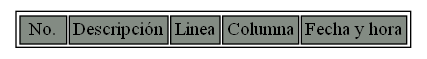
Above: TablaErrores.png in LuisaMariaO/OLC2P1-Luisa-Ortiz-Marjorie-Reyes (Graphviz), before the change. Its source is kept beside it as TablaErrores.dot. The source it was exported from:
```dot
digraph {
            node[shape=none]
            n1[label=<
            <table border="1">]
            <tr>
            <td bgcolor="honeydew4"> No. </td>
            <td bgcolor="honeydew4">Descripción</td>
            <td bgcolor="honeydew4">Linea</td>
            <td bgcolor="honeydew4">Columna</td>
            <td bgcolor="honeydew4">Fecha y hora</td>
            </tr>
</table>
    >]
    }
```
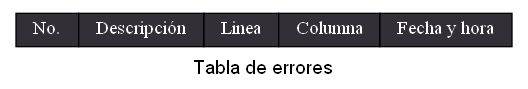
After the commit.

What changed in the source:
```diff
@@ -1,13 +1,15 @@
 digraph {
+            fontname="Arial"
+            label = "Tabla de errores"
             node[shape=none]
             n1[label=<
-            <table border="1">]
+            <table BORDER="0" CELLBORDER="1" CELLSPACING="0" CELLPADDING="4">]
             <tr>
-            <td bgcolor="honeydew4"> No. </td>
-            <td bgcolor="honeydew4">Descripción</td>
-            <td bgcolor="honeydew4">Linea</td>
-            <td bgcolor="honeydew4">Columna</td>
-            <td bgcolor="honeydew4">Fecha y hora</td>
+            <td bgcolor="#342E37"> <font color="white"> No. </font> </td>
+            <td bgcolor="#342E37"> <font color="white"> Descripción </font> </td>
+            <td bgcolor="#342E37"> <font color="white"> Linea </font> </td>
+            <td bgcolor="#342E37"> <font color="white"> Columna </font> </td>
+            <td bgcolor="#342E37"> <font color="white"> Fecha y hora </font> </td>
             </tr>
 </table>
     >]
```
